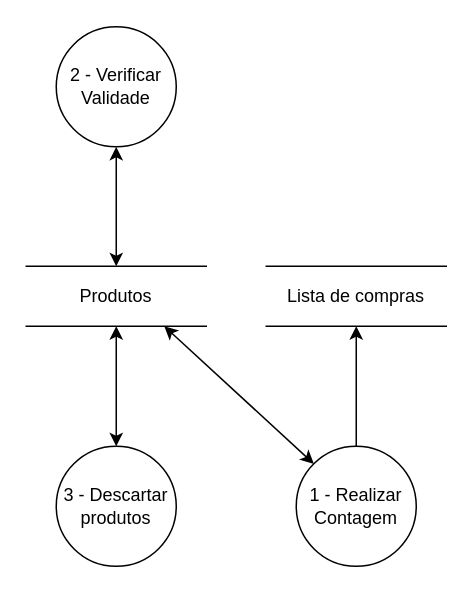
This is docs/ARTEFATOS(15-23)/COMPRAS/Gerenciar_Produtos/DFD_GERENCIAR_PRODUTOS.drawio from Darienzo08/ope_ads, a draw.io file, before an edit. Source tidied: cells renumbered, new cells numbered last; positions are measured from the earlier drawing's top-left corner, leaving out a move shared by most shapes. Both pictures are drawn from the tidied source at 150%, with x=0, y=0 at pixel (26, 26).
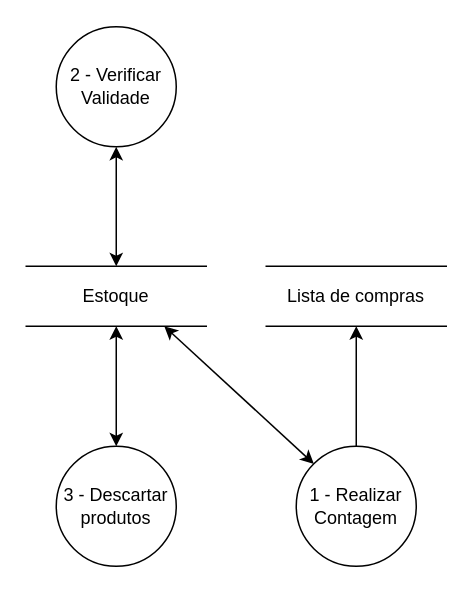
The same page after the edit.

Commit message (it also covers changes not shown here):
gerenciar-comprar produtos

Diff of the diagram source:
```diff
@@
 <mxGraphModel>
   <root>
     <mxCell id="0" />
     <mxCell id="1" parent="0" />
     <mxCell id="2" value="2 - Verificar&lt;br&gt;Validade" style="ellipse;whiteSpace=wrap;html=1;" parent="1" vertex="1">
       <mxGeometry x="20" y="0.4" width="80" height="80" as="geometry" />
     </mxCell>
     <mxCell id="3" value="3 - Descartar&lt;br&gt;produtos" style="ellipse;whiteSpace=wrap;html=1;" parent="1" vertex="1">
       <mxGeometry x="20" y="280" width="80" height="80" as="geometry" />
     </mxCell>
     <mxCell id="4" value="1 - Realizar&lt;br&gt;Contagem" style="ellipse;whiteSpace=wrap;html=1;" parent="1" vertex="1">
       <mxGeometry x="180" y="280" width="80" height="80" as="geometry" />
     </mxCell>
-    <mxCell id="5" value="Produtos" style="shape=partialRectangle;whiteSpace=wrap;html=1;left=0;right=0;fillColor=none;" parent="1" vertex="1">
+    <mxCell id="5" value="Estoque" style="shape=partialRectangle;whiteSpace=wrap;html=1;left=0;right=0;fillColor=none;" parent="1" vertex="1">
       <mxGeometry y="160" width="120" height="40" as="geometry" />
     </mxCell>
     <mxCell id="6" style="endArrow=classic;startArrow=classic;html=1;exitX=0.5;exitY=1;exitDx=0;exitDy=0;entryX=0.5;entryY=0;entryDx=0;entryDy=0;" parent="1" edge="1" source="5" target="3">
       <mxGeometry relative="1" as="geometry" />
     </mxCell>
     <mxCell id="7" style="endArrow=classic;startArrow=classic;html=1;exitX=0.5;exitY=0;exitDx=0;exitDy=0;entryX=0.5;entryY=1;entryDx=0;entryDy=0;" parent="1" edge="1" source="5" target="2">
       <mxGeometry relative="1" as="geometry" />
     </mxCell>
     <mxCell id="8" style="endArrow=classic;startArrow=classic;html=1;exitX=0.767;exitY=1;exitDx=0;exitDy=0;entryX=0;entryY=0;entryDx=0;entryDy=0;exitPerimeter=0;" parent="1" edge="1" source="5" target="4">
       <mxGeometry relative="1" as="geometry" />
     </mxCell>
     <mxCell id="9" value="Lista de compras" style="shape=partialRectangle;whiteSpace=wrap;html=1;left=0;right=0;fillColor=none;" parent="1" vertex="1">
       <mxGeometry x="160" y="160" width="120" height="40" as="geometry" />
     </mxCell>
     <mxCell id="10" style="endArrow=classic;html=1;exitX=0.5;exitY=0;exitDx=0;exitDy=0;entryX=0.5;entryY=1;entryDx=0;entryDy=0;" parent="1" edge="1" source="4" target="9">
       <mxGeometry relative="1" as="geometry" />
     </mxCell>
   </root>
 </mxGraphModel>
```
